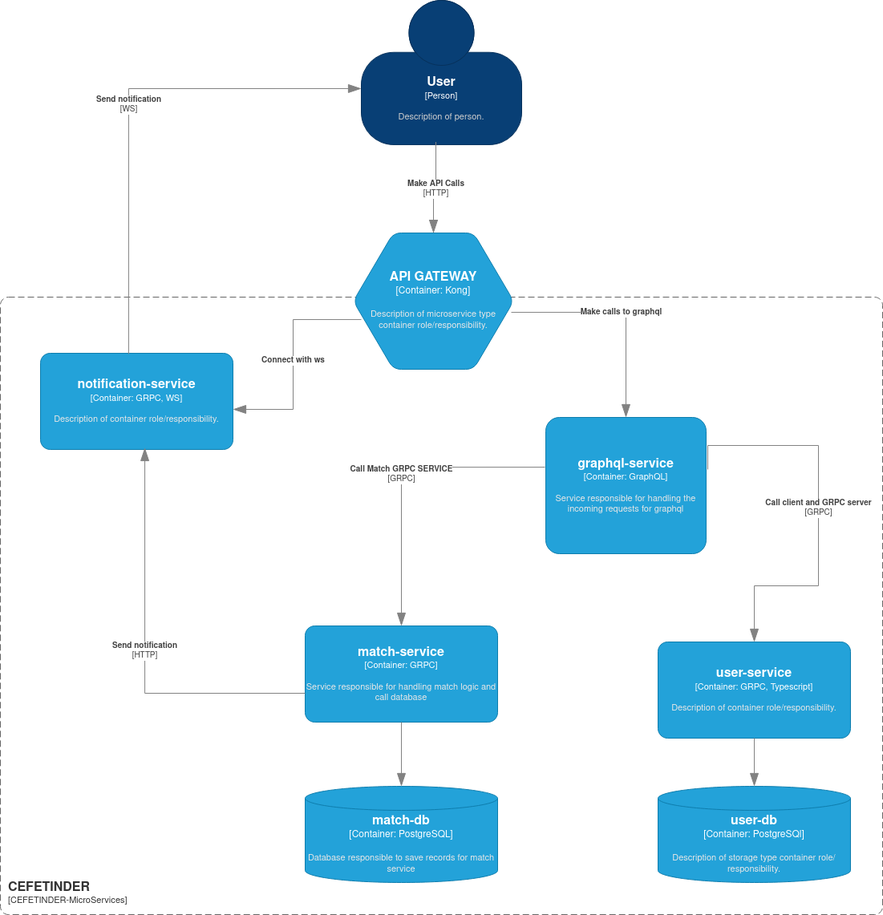
Before: CEFET_TINDER.drawio.png, a diagram exported from draw.io (CainaZumaa/CefeTinder). Source tidied: cells renumbered, new cells last; positions are measured from the earlier drawing's top-left corner, leaving out a move shared by most shapes.
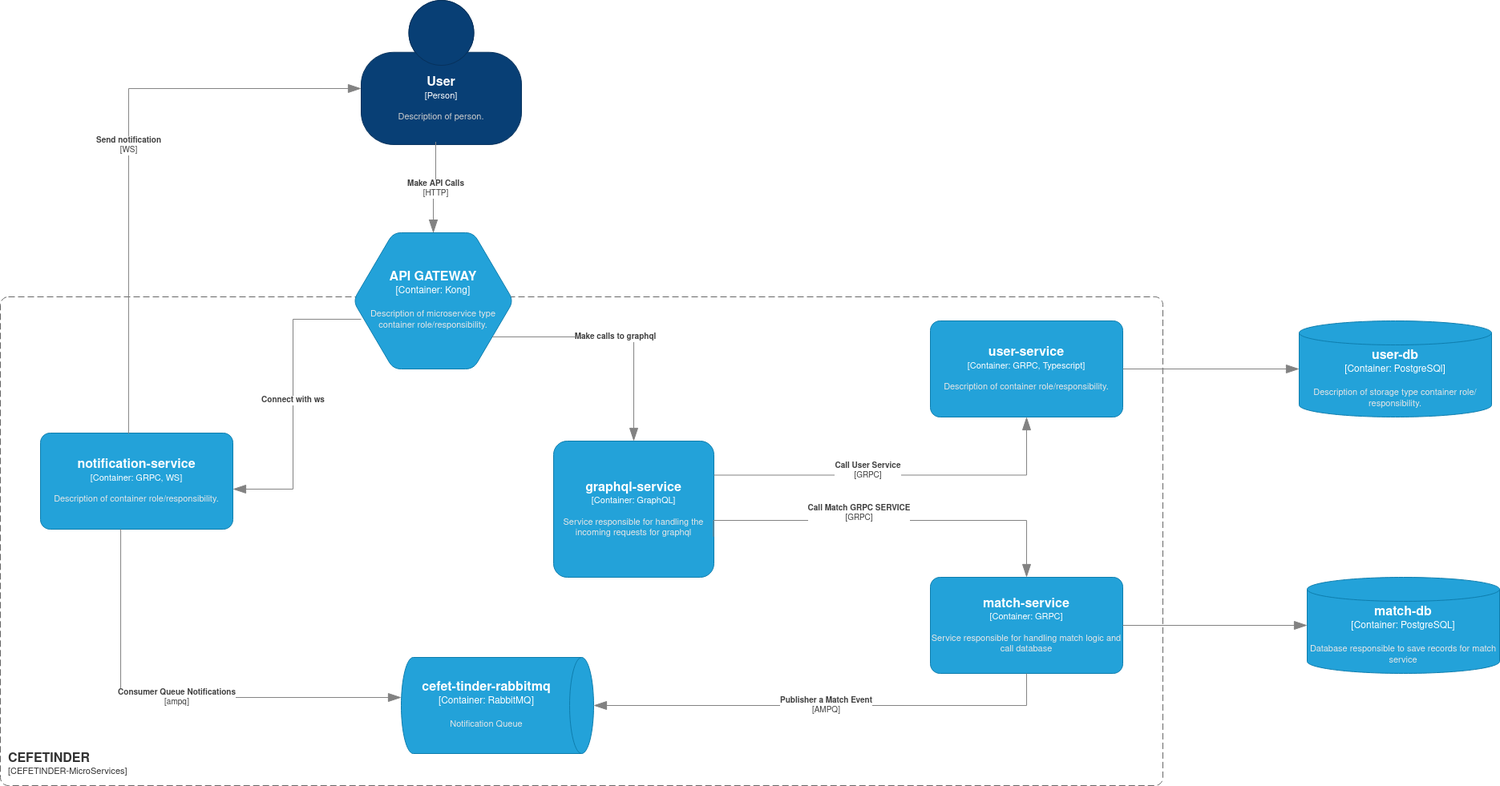
Later version of the same file.

The edit, as a diff of the source:
```diff
@@ -14,66 +14,48 @@
     </object>
     <object id="4" label="&lt;font style=&quot;font-size: 16px&quot;&gt;&lt;b&gt;&lt;div style=&quot;text-align: left&quot;&gt;%c4Name%&lt;/div&gt;&lt;/b&gt;&lt;/font&gt;&lt;div style=&quot;text-align: left&quot;&gt;[%c4Application%]&lt;/div&gt;" c4Application="CEFETINDER-MicroServices" c4Name="CEFETINDER" c4Type="" placeholders="1">
       <mxCell style="rounded=1;fontSize=11;whiteSpace=wrap;html=1;dashed=1;arcSize=20;fillColor=none;strokeColor=#666666;fontColor=#333333;labelBackgroundColor=none;align=left;verticalAlign=bottom;labelBorderColor=none;spacingTop=0;spacing=10;dashPattern=8 4;perimeter=rectanglePerimeter;noLabel=0;labelPadding=0;absoluteArcSize=1;" parent="1" vertex="1">
-        <mxGeometry y="370" width="1100" height="770" as="geometry" />
+        <mxGeometry y="370" width="1450" height="610" as="geometry" />
       </mxCell>
     </object>
     <object id="5" label="&lt;font style=&quot;font-size: 16px&quot;&gt;&lt;b&gt;%c4Name%&lt;/b&gt;&lt;/font&gt;&lt;div&gt;[%c4Type%:&amp;nbsp;%c4Technology%]&lt;/div&gt;&lt;br&gt;&lt;div&gt;&lt;font style=&quot;font-size: 11px&quot;&gt;&lt;font color=&quot;#E6E6E6&quot;&gt;%c4Description%&lt;/font&gt;&lt;/div&gt;" c4Description="Service responsible for handling the incoming requests for graphql" c4Name="graphql-service" c4Technology="GraphQL" c4Type="Container" placeholders="1">
       <mxCell style="shape=label;size=50;whiteSpace=wrap;html=1;fixedSize=1;rounded=1;labelBackgroundColor=none;fillColor=#23A2D9;fontSize=11;fontColor=#ffffff;align=center;strokeColor=#0E7DAD;arcSize=10;points=[[0.25,0,0],[0.5,0,0],[0.75,0,0],[1,0.25,0],[1,0.5,0],[1,0.75,0],[0.75,1,0],[0.5,1,0],[0.25,1,0],[0,0.75,0],[0,0.5,0],[0,0.25,0]];" parent="1" vertex="1">
-        <mxGeometry x="680" y="520" width="200" height="170" as="geometry" />
+        <mxGeometry x="690" y="550" width="200" height="170" as="geometry" />
       </mxCell>
     </object>
     <object id="6" label="&lt;div style=&quot;text-align: left&quot;&gt;&lt;div style=&quot;text-align: center&quot;&gt;&lt;b&gt;%c4Description%&lt;/b&gt;&lt;/div&gt;&lt;div style=&quot;text-align: center&quot;&gt;[%c4Technology%]&lt;/div&gt;&lt;/div&gt;" c4Description="Call Match GRPC SERVICE" c4Technology="GRPC" c4Type="Relationship" placeholders="1">
-      <mxCell style="endArrow=blockThin;html=1;fontSize=10;fontColor=#404040;strokeWidth=1;endFill=1;strokeColor=#828282;elbow=vertical;endSize=14;startSize=14;jumpStyle=arc;jumpSize=16;rounded=0;edgeStyle=orthogonalEdgeStyle;entryDx=0;entryDy=0;entryPerimeter=0;exitDx=0;exitDy=0;exitPerimeter=0;entryX=0.5;entryY=0;exitX=-0.005;exitY=0.365;" parent="1" edge="1" source="5" target="7">
-        <mxGeometry relative="1" as="geometry" />
+      <mxCell style="endArrow=blockThin;html=1;fontSize=10;fontColor=#404040;strokeWidth=1;endFill=1;strokeColor=#828282;elbow=vertical;endSize=14;startSize=14;jumpStyle=arc;jumpSize=16;rounded=0;edgeStyle=orthogonalEdgeStyle;entryDx=0;entryDy=0;entryPerimeter=0;entryX=0.5;entryY=0;exitX=0.997;exitY=0.702;exitDx=0;exitDy=0;exitPerimeter=0;" parent="1" edge="1" source="5" target="7">
+        <mxGeometry x="-0.16" y="9" relative="1" as="geometry">
+          <Array as="points">
+            <mxPoint x="1280" y="649" />
+          </Array>
+        </mxGeometry>
       </mxCell>
     </object>
     <object id="7" label="&lt;font style=&quot;font-size: 16px&quot;&gt;&lt;b&gt;%c4Name%&lt;/b&gt;&lt;/font&gt;&lt;div&gt;[%c4Type%: %c4Technology%]&lt;/div&gt;&lt;br&gt;&lt;div&gt;&lt;font style=&quot;font-size: 11px&quot;&gt;&lt;font color=&quot;#E6E6E6&quot;&gt;%c4Description%&lt;/font&gt;&lt;/div&gt;" c4Description="Service responsible for handling match logic and call database" c4Name="match-service" c4Technology="GRPC" c4Type="Container" placeholders="1">
       <mxCell style="rounded=1;whiteSpace=wrap;html=1;fontSize=11;labelBackgroundColor=none;fillColor=#23A2D9;fontColor=#ffffff;align=center;arcSize=10;strokeColor=#0E7DAD;points=[[0.25,0,0],[0.5,0,0],[0.75,0,0],[1,0.25,0],[1,0.5,0],[1,0.75,0],[0.75,1,0],[0.5,1,0],[0.25,1,0],[0,0.75,0],[0,0.5,0],[0,0.25,0]];" parent="1" vertex="1">
-        <mxGeometry x="380" y="780" width="240" height="120" as="geometry" />
+        <mxGeometry x="1160" y="720" width="240" height="120" as="geometry" />
       </mxCell>
     </object>
     <object id="8" label="&lt;font style=&quot;font-size: 16px&quot;&gt;&lt;b&gt;%c4Name%&lt;/b&gt;&lt;/font&gt;&lt;div&gt;[%c4Type%:&amp;nbsp;%c4Technology%]&lt;/div&gt;&lt;br&gt;&lt;div&gt;&lt;font style=&quot;font-size: 11px&quot;&gt;&lt;font color=&quot;#E6E6E6&quot;&gt;%c4Description%&lt;/font&gt;&lt;/div&gt;" c4Description="Database responsible to save records for match service" c4Name="match-db" c4Technology="PostgreSQL" c4Type="Container" placeholders="1">
       <mxCell style="shape=cylinder3;size=15;whiteSpace=wrap;html=1;boundedLbl=1;rounded=0;labelBackgroundColor=none;fillColor=#23A2D9;fontSize=12;fontColor=#ffffff;align=center;strokeColor=#0E7DAD;points=[[0.5,0,0],[1,0.25,0],[1,0.5,0],[1,0.75,0],[0.5,1,0],[0,0.75,0],[0,0.5,0],[0,0.25,0]];" parent="1" vertex="1">
-        <mxGeometry x="380" y="980" width="240" height="120" as="geometry" />
+        <mxGeometry x="1630" y="720" width="240" height="120" as="geometry" />
       </mxCell>
     </object>
-    <mxCell id="9" style="edgeStyle=orthogonalEdgeStyle;rounded=0;jettySize=auto;html=1;entryX=0.5;entryY=0;entryDx=0;entryDy=0;entryPerimeter=0;endArrow=blockThin;fontSize=10;fontColor=#404040;strokeWidth=1;endFill=1;strokeColor=#828282;elbow=vertical;endSize=14;startSize=14;jumpStyle=arc;jumpSize=16;exitX=0.5;exitY=1;exitDx=0;exitDy=0;exitPerimeter=0;" parent="1" edge="1" source="7" target="8">
-      <mxGeometry relative="1" as="geometry" />
-    </mxCell>
     <object id="10" label="&lt;font style=&quot;font-size: 16px&quot;&gt;&lt;b&gt;%c4Name%&lt;/b&gt;&lt;/font&gt;&lt;div&gt;[%c4Type%: %c4Technology%]&lt;/div&gt;&lt;br&gt;&lt;div&gt;&lt;font style=&quot;font-size: 11px&quot;&gt;&lt;font color=&quot;#E6E6E6&quot;&gt;%c4Description%&lt;/font&gt;&lt;/div&gt;" c4Description="Description of container role/responsibility." c4Name="user-service" c4Technology="GRPC, Typescript" c4Type="Container" placeholders="1">
       <mxCell style="rounded=1;whiteSpace=wrap;html=1;fontSize=11;labelBackgroundColor=none;fillColor=#23A2D9;fontColor=#ffffff;align=center;arcSize=10;strokeColor=#0E7DAD;points=[[0.25,0,0],[0.5,0,0],[0.75,0,0],[1,0.25,0],[1,0.5,0],[1,0.75,0],[0.75,1,0],[0.5,1,0],[0.25,1,0],[0,0.75,0],[0,0.5,0],[0,0.25,0]];" parent="1" vertex="1">
-        <mxGeometry x="820" y="800" width="240" height="120" as="geometry" />
+        <mxGeometry x="1160" y="400" width="240" height="120" as="geometry" />
       </mxCell>
     </object>
-    <object id="11" label="&lt;div style=&quot;text-align: left&quot;&gt;&lt;div style=&quot;text-align: center&quot;&gt;&lt;b&gt;%c4Description%&lt;/b&gt;&lt;/div&gt;&lt;div style=&quot;text-align: center&quot;&gt;[%c4Technology%]&lt;/div&gt;&lt;/div&gt;" c4Description="Call client and GRPC server" c4Technology="GRPC" c4Type="Relationship" placeholders="1">
-      <mxCell style="endArrow=blockThin;html=1;fontSize=10;fontColor=#404040;strokeWidth=1;endFill=1;strokeColor=#828282;elbow=vertical;endSize=14;startSize=14;jumpStyle=arc;jumpSize=16;rounded=0;edgeStyle=orthogonalEdgeStyle;exitX=1.01;exitY=0.382;exitDx=0;exitDy=0;exitPerimeter=0;" parent="1" edge="1" source="5" target="10">
-        <mxGeometry relative="1" as="geometry">
-          <Array as="points">
-            <mxPoint x="1020" y="555" />
-            <mxPoint x="1020" y="730" />
-            <mxPoint x="940" y="730" />
-          </Array>
-        </mxGeometry>
-      </mxCell>
-    </object>
     <object id="12" label="&lt;font style=&quot;font-size: 16px&quot;&gt;&lt;b&gt;%c4Name%&lt;/b&gt;&lt;/font&gt;&lt;div&gt;[%c4Type%:&amp;nbsp;%c4Technology%]&lt;/div&gt;&lt;br&gt;&lt;div&gt;&lt;font style=&quot;font-size: 11px&quot;&gt;&lt;font color=&quot;#E6E6E6&quot;&gt;%c4Description%&lt;/font&gt;&lt;/div&gt;" c4Description="Description of storage type container role/responsibility." c4Name="user-db" c4Technology="PostgreSQl" c4Type="Container" placeholders="1">
       <mxCell style="shape=cylinder3;size=15;whiteSpace=wrap;html=1;boundedLbl=1;rounded=0;labelBackgroundColor=none;fillColor=#23A2D9;fontSize=12;fontColor=#ffffff;align=center;strokeColor=#0E7DAD;points=[[0.5,0,0],[1,0.25,0],[1,0.5,0],[1,0.75,0],[0.5,1,0],[0,0.75,0],[0,0.5,0],[0,0.25,0]];" parent="1" vertex="1">
-        <mxGeometry x="820" y="980" width="240" height="120" as="geometry" />
+        <mxGeometry x="1620" y="400" width="240" height="120" as="geometry" />
       </mxCell>
     </object>
-    <mxCell id="13" style="edgeStyle=orthogonalEdgeStyle;rounded=0;jettySize=auto;html=1;exitX=0.5;exitY=1;exitDx=0;exitDy=0;exitPerimeter=0;entryX=0.5;entryY=0;entryDx=0;entryDy=0;entryPerimeter=0;endArrow=blockThin;fontSize=10;fontColor=#404040;strokeWidth=1;endFill=1;strokeColor=#828282;elbow=vertical;endSize=14;startSize=14;jumpStyle=arc;jumpSize=16;" parent="1" edge="1" source="10" target="12">
-      <mxGeometry relative="1" as="geometry" />
-    </mxCell>
     <object id="14" label="&lt;font style=&quot;font-size: 16px&quot;&gt;&lt;b&gt;%c4Name%&lt;/b&gt;&lt;/font&gt;&lt;div&gt;[%c4Type%: %c4Technology%]&lt;/div&gt;&lt;br&gt;&lt;div&gt;&lt;font style=&quot;font-size: 11px&quot;&gt;&lt;font color=&quot;#E6E6E6&quot;&gt;%c4Description%&lt;/font&gt;&lt;/div&gt;" c4Description="Description of container role/responsibility." c4Name="notification-service" c4Technology="GRPC, WS" c4Type="Container" placeholders="1">
       <mxCell style="rounded=1;whiteSpace=wrap;html=1;fontSize=11;labelBackgroundColor=none;fillColor=#23A2D9;fontColor=#ffffff;align=center;arcSize=10;strokeColor=#0E7DAD;points=[[0.25,0,0],[0.5,0,0],[0.75,0,0],[1,0.25,0],[1,0.5,0],[1,0.75,0],[0.75,1,0],[0.5,1,0],[0.25,1,0],[0,0.75,0],[0,0.5,0],[0,0.25,0]];" parent="1" vertex="1">
-        <mxGeometry x="50" y="440" width="240" height="120" as="geometry" />
+        <mxGeometry x="50" y="540" width="240" height="120" as="geometry" />
       </mxCell>
     </object>
-    <object id="15" label="&lt;div style=&quot;text-align: left&quot;&gt;&lt;div style=&quot;text-align: center&quot;&gt;&lt;b&gt;%c4Description%&lt;/b&gt;&lt;/div&gt;&lt;div style=&quot;text-align: center&quot;&gt;[%c4Technology%]&lt;/div&gt;&lt;/div&gt;" c4Description="Send notification" c4Technology="HTTP" c4Type="Relationship" placeholders="1">
-      <mxCell style="endArrow=blockThin;html=1;fontSize=10;fontColor=#404040;strokeWidth=1;endFill=1;strokeColor=#828282;elbow=vertical;endSize=14;startSize=14;jumpStyle=arc;jumpSize=16;rounded=0;edgeStyle=orthogonalEdgeStyle;entryX=0.542;entryY=0.983;entryDx=0;entryDy=0;entryPerimeter=0;exitX=0;exitY=0.7;exitDx=0;exitDy=0;exitPerimeter=0;" parent="1" edge="1" source="7" target="14">
-        <mxGeometry relative="1" as="geometry" />
-      </mxCell>
-    </object>
     <object id="16" label="&lt;div style=&quot;text-align: left&quot;&gt;&lt;div style=&quot;text-align: center&quot;&gt;&lt;b&gt;%c4Description%&lt;/b&gt;&lt;/div&gt;&lt;div style=&quot;text-align: center&quot;&gt;[%c4Technology%]&lt;/div&gt;&lt;/div&gt;" c4Description="Send notification" c4Technology="WS" c4Type="Relationship" placeholders="1">
       <mxCell style="endArrow=blockThin;html=1;fontSize=10;fontColor=#404040;strokeWidth=1;endFill=1;strokeColor=#828282;elbow=vertical;endSize=14;startSize=14;jumpStyle=arc;jumpSize=16;rounded=0;edgeStyle=orthogonalEdgeStyle;exitX=0.458;exitY=0.008;exitDx=0;exitDy=0;exitPerimeter=0;entryX=0;entryY=0.611;entryDx=0;entryDy=0;entryPerimeter=0;" parent="1" edge="1" source="14" target="2">
         <mxGeometry relative="1" as="geometry" />
@@ -85,8 +67,12 @@
       </mxCell>
     </object>
     <object id="18" label="&lt;div style=&quot;text-align: left&quot;&gt;&lt;div style=&quot;text-align: center&quot;&gt;&lt;b&gt;%c4Description%&lt;/b&gt;&lt;/div&gt;" c4Description="Make calls to graphql" c4Type="Relationship" placeholders="1">
-      <mxCell style="endArrow=blockThin;html=1;fontSize=10;fontColor=#404040;strokeWidth=1;endFill=1;strokeColor=#828282;elbow=vertical;endSize=14;startSize=14;jumpStyle=arc;jumpSize=16;rounded=0;edgeStyle=orthogonalEdgeStyle;exitX=0.985;exitY=0.582;exitDx=0;exitDy=0;exitPerimeter=0;entryX=0.5;entryY=0;entryDx=0;entryDy=0;entryPerimeter=0;" parent="1" edge="1" source="17" target="5">
-        <mxGeometry relative="1" as="geometry" />
+      <mxCell style="endArrow=blockThin;html=1;fontSize=10;fontColor=#404040;strokeWidth=1;endFill=1;strokeColor=#828282;elbow=vertical;endSize=14;startSize=14;jumpStyle=arc;jumpSize=16;rounded=0;edgeStyle=orthogonalEdgeStyle;entryX=0.5;entryY=0;entryDx=0;entryDy=0;entryPerimeter=0;" parent="1" edge="1" source="17" target="5">
+        <mxGeometry relative="1" as="geometry">
+          <Array as="points">
+            <mxPoint x="790" y="420" />
+          </Array>
+        </mxGeometry>
       </mxCell>
     </object>
     <object id="19" label="&lt;div style=&quot;text-align: left&quot;&gt;&lt;div style=&quot;text-align: center&quot;&gt;&lt;b&gt;%c4Description%&lt;/b&gt;&lt;/div&gt;" c4Description="Connect with ws" c4Type="Relationship" placeholders="1">
@@ -94,5 +80,43 @@
         <mxGeometry relative="1" as="geometry" />
       </mxCell>
     </object>
+    <mxCell id="13" style="edgeStyle=orthogonalEdgeStyle;rounded=0;jettySize=auto;html=1;exitX=1;exitY=0.5;exitDx=0;exitDy=0;exitPerimeter=0;entryX=0;entryY=0.5;entryDx=0;entryDy=0;entryPerimeter=0;endArrow=blockThin;fontSize=10;fontColor=#404040;strokeWidth=1;endFill=1;strokeColor=#828282;elbow=vertical;endSize=14;startSize=14;jumpStyle=arc;jumpSize=16;" parent="1" edge="1" source="10" target="12">
+      <mxGeometry relative="1" as="geometry" />
+    </mxCell>
+    <object id="11" label="&lt;div style=&quot;text-align: left&quot;&gt;&lt;div style=&quot;text-align: center&quot;&gt;&lt;b&gt;%c4Description%&lt;/b&gt;&lt;/div&gt;&lt;div style=&quot;text-align: center&quot;&gt;[%c4Technology%]&lt;/div&gt;&lt;/div&gt;" c4Description="Call User Service" c4Technology="GRPC" c4Type="Relationship" placeholders="1">
+      <mxCell style="endArrow=blockThin;html=1;fontSize=10;fontColor=#404040;strokeWidth=1;endFill=1;strokeColor=#828282;elbow=vertical;endSize=14;startSize=14;jumpStyle=arc;jumpSize=16;rounded=0;edgeStyle=orthogonalEdgeStyle;entryX=0.5;entryY=1;entryDx=0;entryDy=0;entryPerimeter=0;exitX=1;exitY=0.25;exitDx=0;exitDy=0;exitPerimeter=0;" parent="1" edge="1" source="5" target="10">
+        <mxGeometry x="-0.17" y="5" relative="1" as="geometry">
+          <mxPoint x="-1" as="offset" />
+        </mxGeometry>
+      </mxCell>
+    </object>
+    <object id="20" label="&lt;font style=&quot;font-size: 16px&quot;&gt;&lt;b&gt;%c4Name%&lt;/b&gt;&lt;/font&gt;&lt;div&gt;[%c4Type%:&amp;nbsp;%c4Technology%]&lt;/div&gt;&lt;br&gt;&lt;div&gt;&lt;font style=&quot;font-size: 11px&quot;&gt;&lt;font color=&quot;#E6E6E6&quot;&gt;%c4Description%&lt;/font&gt;&lt;/div&gt;" c4Description="Notification Queue" c4Name="cefet-tinder-rabbitmq" c4Technology="RabbitMQ" c4Type="Container" placeholders="1">
+      <mxCell style="shape=cylinder3;size=15;direction=south;whiteSpace=wrap;html=1;boundedLbl=1;rounded=0;labelBackgroundColor=none;fillColor=#23A2D9;fontSize=12;fontColor=#ffffff;align=center;strokeColor=#0E7DAD;points=[[0.5,0,0],[1,0.25,0],[1,0.5,0],[1,0.75,0],[0.5,1,0],[0,0.75,0],[0,0.5,0],[0,0.25,0]];" parent="1" vertex="1">
+        <mxGeometry x="500" y="820" width="240" height="120" as="geometry" />
+      </mxCell>
+    </object>
+    <object id="21" label="&lt;div style=&quot;text-align: left&quot;&gt;&lt;div style=&quot;text-align: center&quot;&gt;&lt;b&gt;%c4Description%&lt;/b&gt;&lt;/div&gt;&lt;div style=&quot;text-align: center&quot;&gt;[%c4Technology%]&lt;/div&gt;&lt;/div&gt;" c4Description="Consumer Queue Notifications" c4Technology="ampq" c4Type="Relationship" placeholders="1">
+      <mxCell style="endArrow=blockThin;html=1;fontSize=10;fontColor=#404040;strokeWidth=1;endFill=1;strokeColor=#828282;elbow=vertical;endSize=14;startSize=14;jumpStyle=arc;jumpSize=16;rounded=0;edgeStyle=orthogonalEdgeStyle;exitX=0.417;exitY=1;exitDx=0;exitDy=0;exitPerimeter=0;entryX=0.417;entryY=1;entryDx=0;entryDy=0;entryPerimeter=0;" parent="1" edge="1" source="14" target="20">
+        <mxGeometry relative="1" as="geometry">
+          <Array as="points">
+            <mxPoint x="150" y="870" />
+          </Array>
+        </mxGeometry>
+      </mxCell>
+    </object>
+    <object id="22" label="&lt;div style=&quot;text-align: left&quot;&gt;&lt;div style=&quot;text-align: center&quot;&gt;&lt;b&gt;%c4Description%&lt;/b&gt;&lt;/div&gt;&lt;div style=&quot;text-align: center&quot;&gt;[%c4Technology%]&lt;/div&gt;&lt;/div&gt;" c4Description="Publisher a Match Event" c4Technology="AMPQ" c4Type="Relationship" placeholders="1">
+      <mxCell style="endArrow=blockThin;html=1;fontSize=10;fontColor=#404040;strokeWidth=1;endFill=1;strokeColor=#828282;elbow=vertical;endSize=14;startSize=14;jumpStyle=arc;jumpSize=16;rounded=0;edgeStyle=orthogonalEdgeStyle;entryX=0.5;entryY=0;entryDx=0;entryDy=0;entryPerimeter=0;exitX=0.5;exitY=1;exitDx=0;exitDy=0;exitPerimeter=0;" parent="1" edge="1" source="7" target="20">
+        <mxGeometry relative="1" as="geometry">
+          <Array as="points">
+            <mxPoint x="1280" y="880" />
+          </Array>
+        </mxGeometry>
+      </mxCell>
+    </object>
+    <object id="9" label="" c4Type="Relationship" placeholders="1">
+      <mxCell style="endArrow=blockThin;html=1;fontSize=10;fontColor=#404040;strokeWidth=1;endFill=1;strokeColor=#828282;elbow=vertical;endSize=14;startSize=14;jumpStyle=arc;jumpSize=16;rounded=0;edgeStyle=orthogonalEdgeStyle;entryX=0;entryY=0.5;entryDx=0;entryDy=0;entryPerimeter=0;" parent="1" edge="1" source="7" target="8">
+        <mxGeometry relative="1" as="geometry" />
+      </mxCell>
+    </object>
   </root>
 </mxGraphModel>
```
